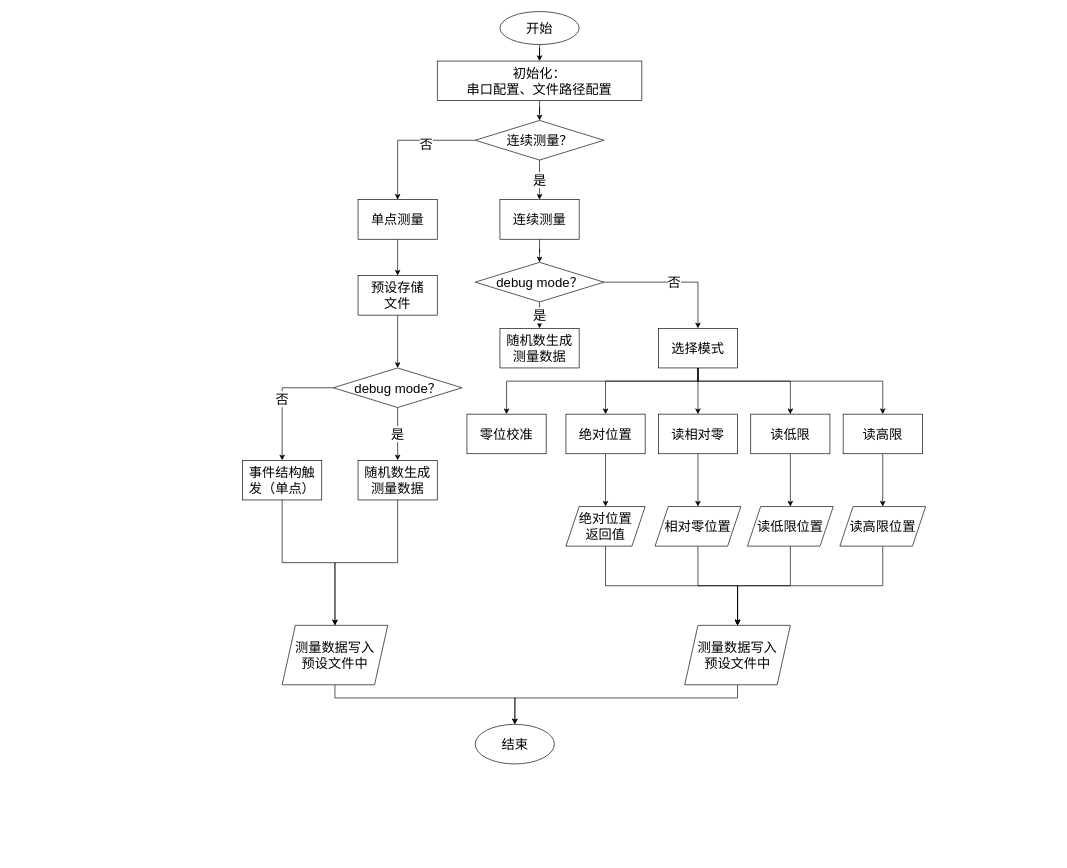
Before: 压电马达位移控制程序流程图.drawio in onlymrwan/hello-world, a draw.io diagram. Source tidied: cells renumbered, new cells numbered last; positions are measured from the earlier drawing's top-left corner, leaving out a move shared by most shapes. Both pictures are drawn from the tidied source at 66%, with x=0, y=0 at pixel (242, 11).
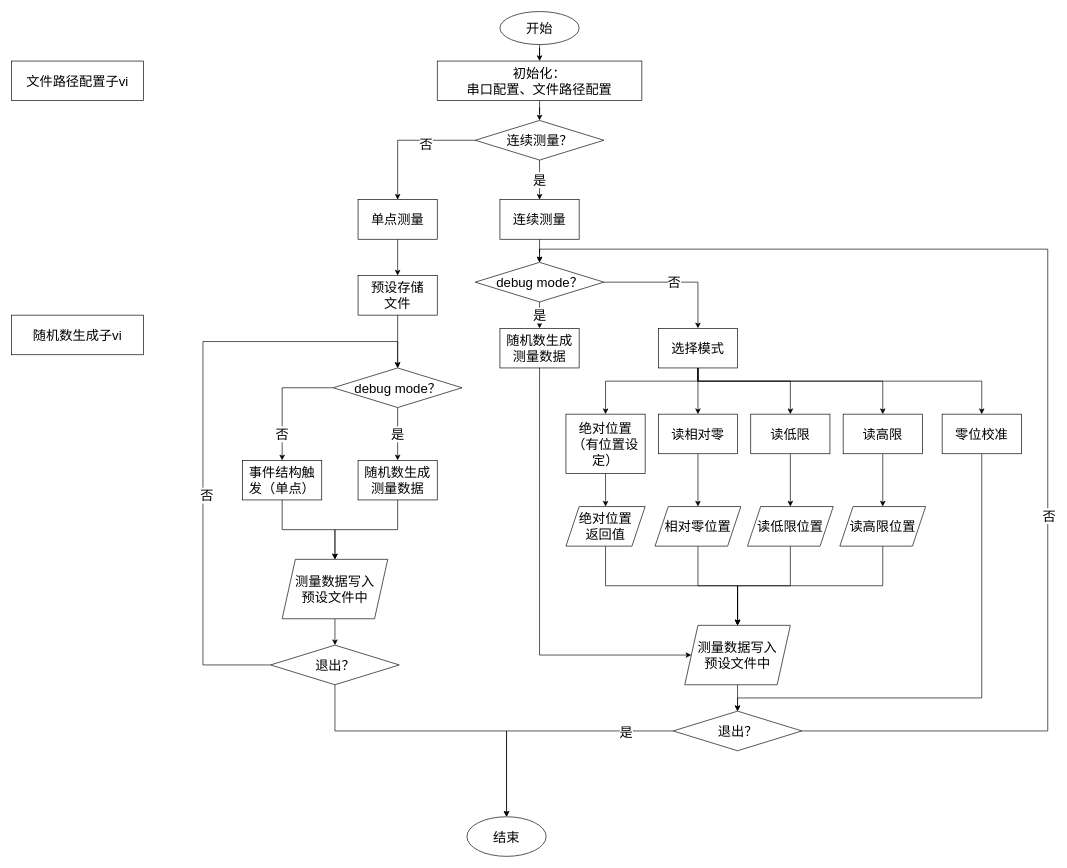
The same diagram, later.

Commit message (it also covers changes not shown here):
更新压电马达位移控制程序流程图.drawio

The change refers to these unchanged cells:
```xml
<mxCell id="16" value="debug mode？" style="rhombus;whiteSpace=wrap;html=1;rounded=0;fontSize=20;" parent="1" vertex="1">
  <mxGeometry x="137.5" y="540" width="195" height="60" as="geometry" />
</mxCell>
<mxCell id="18" value="事件结构触发（单点）" style="whiteSpace=wrap;html=1;fontSize=20;rounded=0;" parent="1" vertex="1">
  <mxGeometry y="680" width="120" height="60" as="geometry" />
</mxCell>
<mxCell id="23" value="debug mode？" style="rhombus;whiteSpace=wrap;html=1;rounded=0;fontSize=20;" parent="1" vertex="1">
  <mxGeometry x="352.5" y="380" width="195" height="60" as="geometry" />
</mxCell>
<mxCell id="29" value="选择模式" style="whiteSpace=wrap;html=1;fontSize=20;rounded=0;" parent="1" vertex="1">
  <mxGeometry x="630" y="480" width="120" height="60" as="geometry" />
</mxCell>
<mxCell id="30" value="随机数生成测量数据" style="whiteSpace=wrap;html=1;fontSize=20;rounded=0;" parent="1" vertex="1">
  <mxGeometry x="390" y="480" width="120" height="60" as="geometry" />
</mxCell>
<mxCell id="53" value="&lt;span&gt;测量数据写入&lt;br&gt;预设文件中&lt;/span&gt;" style="shape=parallelogram;perimeter=parallelogramPerimeter;whiteSpace=wrap;html=1;fixedSize=1;fontSize=20;rounded=0;" parent="1" vertex="1">
  <mxGeometry x="670" y="930" width="160" height="90" as="geometry" />
</mxCell>
```

The edit, as a diff of the source:
```diff
@@
     <mxCell id="14" value="否" style="edgeStyle=orthogonalEdgeStyle;rounded=0;jettySize=auto;html=1;fontSize=20;" parent="1" edge="1" source="16" target="18">
-      <mxGeometry relative="1" as="geometry" />
+      <mxGeometry x="0.57" relative="1" as="geometry" />
     </mxCell>
@@
-    <mxCell id="26" style="edgeStyle=orthogonalEdgeStyle;rounded=0;jettySize=auto;html=1;fontSize=20;" parent="1" edge="1" source="29" target="33">
-      <mxGeometry relative="1" as="geometry">
-        <Array as="points">
-          <mxPoint x="690" y="560" />
-          <mxPoint x="400" y="560" />
-        </Array>
-      </mxGeometry>
-    </mxCell>
@@
+    <mxCell id="26" style="edgeStyle=orthogonalEdgeStyle;rounded=0;jettySize=auto;html=1;entryX=0.5;entryY=0;entryDx=0;entryDy=0;fontSize=20;" parent="1" edge="1" source="29" target="33">
+      <mxGeometry relative="1" as="geometry">
+        <Array as="points">
+          <mxPoint x="690" y="560" />
+          <mxPoint x="1120" y="560" />
+        </Array>
+      </mxGeometry>
+    </mxCell>
@@
+    <mxCell id="55" style="edgeStyle=orthogonalEdgeStyle;rounded=0;jettySize=auto;html=1;fontSize=20;" parent="1" edge="1" source="30" target="53">
+      <mxGeometry relative="1" as="geometry">
+        <Array as="points">
+          <mxPoint x="450" y="975" />
+        </Array>
+      </mxGeometry>
+    </mxCell>
@@
-    <mxCell id="31" style="edgeStyle=orthogonalEdgeStyle;rounded=0;jettySize=auto;html=1;fontSize=20;" parent="1" edge="1" source="32" target="54">
-      <mxGeometry relative="1" as="geometry">
-        <Array as="points">
-          <mxPoint x="140" y="1040" />
-          <mxPoint x="413" y="1040" />
-        </Array>
-      </mxGeometry>
-    </mxCell>
+    <mxCell id="56" style="edgeStyle=orthogonalEdgeStyle;rounded=0;jettySize=auto;html=1;fontSize=20;" parent="1" edge="1" source="32" target="62">
+      <mxGeometry relative="1" as="geometry" />
+    </mxCell>
     <mxCell id="32" value="&lt;span&gt;测量数据写入&lt;br&gt;预设文件中&lt;/span&gt;" style="shape=parallelogram;perimeter=parallelogramPerimeter;whiteSpace=wrap;html=1;fixedSize=1;fontSize=20;rounded=0;" parent="1" vertex="1">
-      <mxGeometry x="60" y="930" width="160" height="90" as="geometry" />
+      <mxGeometry x="60" y="830" width="160" height="90" as="geometry" />
     </mxCell>
+    <mxCell id="57" style="edgeStyle=orthogonalEdgeStyle;rounded=0;jettySize=auto;html=1;fontSize=20;" parent="1" edge="1" source="33" target="67">
+      <mxGeometry relative="1" as="geometry">
+        <Array as="points">
+          <mxPoint x="1120" y="1040" />
+          <mxPoint x="750" y="1040" />
+        </Array>
+      </mxGeometry>
+    </mxCell>
     <mxCell id="33" value="零位校准" style="whiteSpace=wrap;html=1;fontSize=20;rounded=0;" parent="1" vertex="1">
-      <mxGeometry x="340" y="610" width="120" height="60" as="geometry" />
+      <mxGeometry x="1060" y="610" width="120" height="60" as="geometry" />
     </mxCell>
@@
-    <mxCell id="35" value="绝对位置" style="whiteSpace=wrap;html=1;fontSize=20;rounded=0;" parent="1" vertex="1">
-      <mxGeometry x="490" y="610" width="120" height="60" as="geometry" />
+    <mxCell id="35" value="绝对位置（有位置设定）" style="whiteSpace=wrap;html=1;fontSize=20;rounded=0;" parent="1" vertex="1">
+      <mxGeometry x="490" y="610" width="120" height="90" as="geometry" />
     </mxCell>
@@
-    <mxCell id="52" style="edgeStyle=orthogonalEdgeStyle;rounded=0;jettySize=auto;html=1;entryX=0.5;entryY=0;entryDx=0;entryDy=0;fontSize=20;" parent="1" edge="1" source="53" target="54">
-      <mxGeometry relative="1" as="geometry">
-        <Array as="points">
-          <mxPoint x="750" y="1040" />
-          <mxPoint x="413" y="1040" />
-        </Array>
-      </mxGeometry>
-    </mxCell>
+    <mxCell id="58" style="edgeStyle=orthogonalEdgeStyle;rounded=0;jettySize=auto;html=1;fontSize=20;" parent="1" edge="1" source="53" target="67">
+      <mxGeometry relative="1" as="geometry" />
+    </mxCell>
@@
     <mxCell id="54" value="结束" style="ellipse;whiteSpace=wrap;html=1;fontSize=20;rounded=0;" parent="1" vertex="1">
-      <mxGeometry x="352.5" y="1080" width="120" height="60" as="geometry" />
+      <mxGeometry x="340" y="1220" width="120" height="60" as="geometry" />
     </mxCell>
+    <mxCell id="59" style="edgeStyle=orthogonalEdgeStyle;rounded=0;jettySize=auto;html=1;exitX=0;exitY=0.5;exitDx=0;exitDy=0;fontSize=20;entryX=0.5;entryY=0;entryDx=0;entryDy=0;" parent="1" edge="1" source="62" target="16">
+      <mxGeometry relative="1" as="geometry">
+        <Array as="points">
+          <mxPoint x="-60" y="990" />
+          <mxPoint x="-60" y="500" />
+          <mxPoint x="235" y="500" />
+        </Array>
+      </mxGeometry>
+    </mxCell>
+    <mxCell id="60" value="否" style="edgeLabel;html=1;align=center;verticalAlign=middle;fontSize=20;" parent="59" vertex="1">
+      <mxGeometry x="-0.72" y="-5" relative="1" as="geometry">
+        <mxPoint y="-230" as="offset" />
+      </mxGeometry>
+    </mxCell>
+    <mxCell id="61" style="edgeStyle=orthogonalEdgeStyle;rounded=0;jettySize=auto;html=1;fontSize=20;entryX=0.5;entryY=0;entryDx=0;entryDy=0;" parent="1" edge="1" source="62" target="54">
+      <mxGeometry relative="1" as="geometry">
+        <Array as="points">
+          <mxPoint x="140" y="1090" />
+          <mxPoint x="400" y="1090" />
+        </Array>
+      </mxGeometry>
+    </mxCell>
+    <mxCell id="62" value="退出？" style="rhombus;whiteSpace=wrap;html=1;rounded=0;fontSize=20;" parent="1" vertex="1">
+      <mxGeometry x="42.5" y="960" width="195" height="60" as="geometry" />
+    </mxCell>
+    <mxCell id="63" style="edgeStyle=orthogonalEdgeStyle;rounded=0;jettySize=auto;html=1;fontSize=20;" parent="1" edge="1" source="67" target="54">
+      <mxGeometry relative="1" as="geometry" />
+    </mxCell>
+    <mxCell id="64" value="是" style="edgeLabel;html=1;align=center;verticalAlign=middle;fontSize=20;" parent="63" vertex="1">
+      <mxGeometry x="-0.62" y="1" relative="1" as="geometry">
+        <mxPoint x="1" as="offset" />
+      </mxGeometry>
+    </mxCell>
+    <mxCell id="65" style="edgeStyle=orthogonalEdgeStyle;rounded=0;jettySize=auto;html=1;entryX=0.5;entryY=0;entryDx=0;entryDy=0;fontSize=20;" parent="1" edge="1" source="67" target="23">
+      <mxGeometry relative="1" as="geometry">
+        <Array as="points">
+          <mxPoint x="1220" y="1090" />
+          <mxPoint x="1220" y="360" />
+          <mxPoint x="450" y="360" />
+        </Array>
+      </mxGeometry>
+    </mxCell>
+    <mxCell id="66" value="否" style="edgeLabel;html=1;align=center;verticalAlign=middle;fontSize=20;" parent="65" vertex="1">
+      <mxGeometry x="-0.26" y="-1" relative="1" as="geometry">
+        <mxPoint y="1" as="offset" />
+      </mxGeometry>
+    </mxCell>
+    <mxCell id="67" value="退出？" style="rhombus;whiteSpace=wrap;html=1;rounded=0;fontSize=20;" parent="1" vertex="1">
+      <mxGeometry x="652.5" y="1060" width="195" height="60" as="geometry" />
+    </mxCell>
+    <mxCell id="68" value="文件路径配置子vi" style="whiteSpace=wrap;html=1;rounded=0;fontSize=20;" parent="1" vertex="1">
+      <mxGeometry x="-350" y="75" width="200" height="60" as="geometry" />
+    </mxCell>
+    <mxCell id="69" value="随机数生成子vi" style="whiteSpace=wrap;html=1;rounded=0;fontSize=20;" parent="1" vertex="1">
+      <mxGeometry x="-350" y="460" width="200" height="60" as="geometry" />
+    </mxCell>
```
